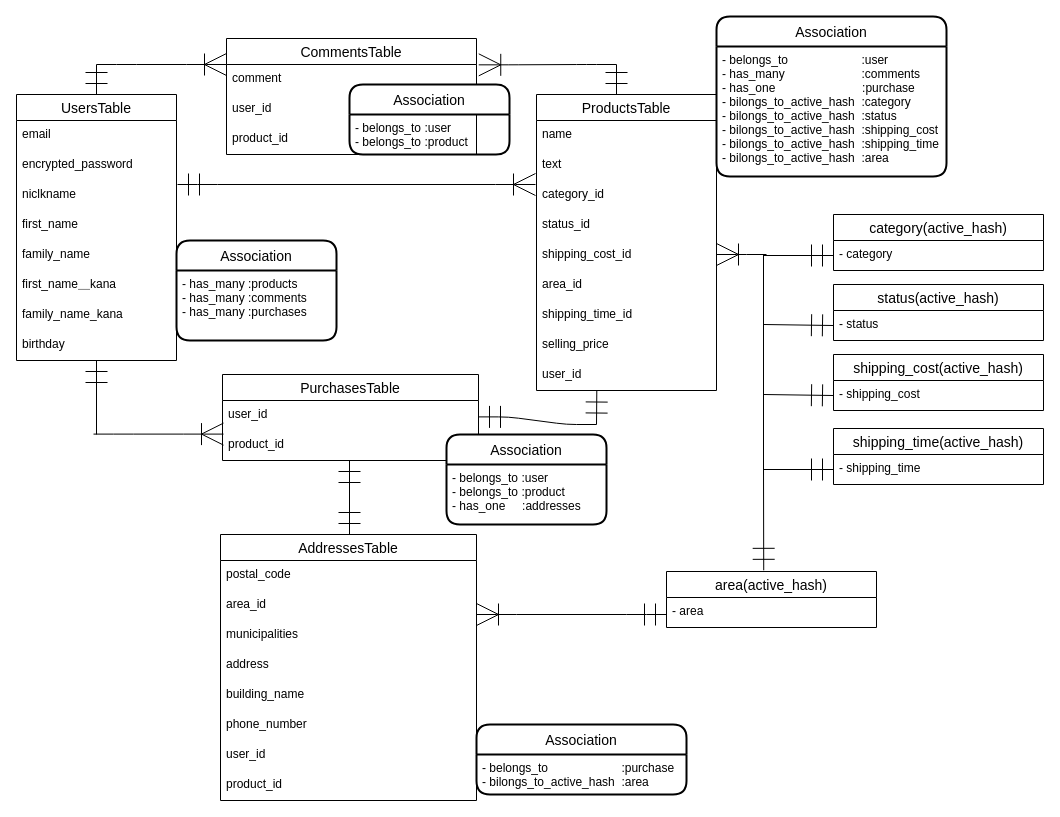
Above: ER.dio in wakachico/furima-36117 (draw.io), before the change. Source tidied: cells renumbered, new cells numbered last; positions are measured from the earlier drawing's top-left corner, leaving out a move shared by most shapes. Both pictures are drawn from the tidied source at 100%, with x=0, y=0 at pixel (16, 16).
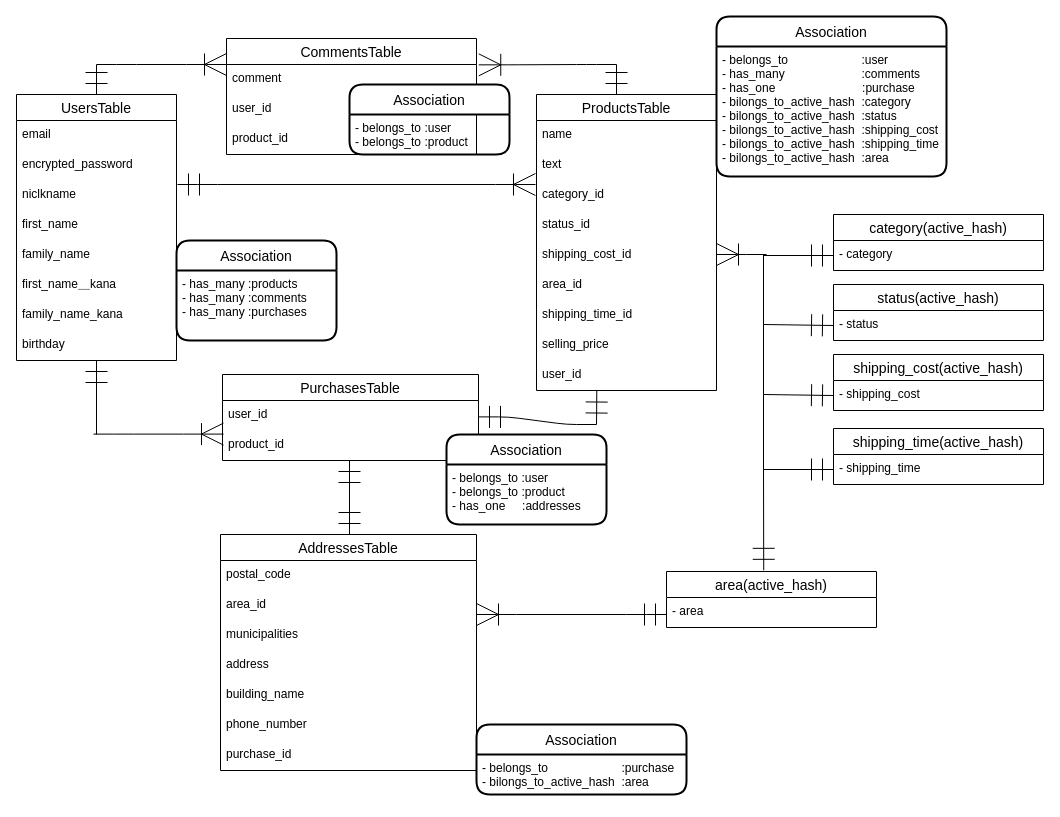
The same page after the edit.

Commit message (it also covers changes not shown here):
レビュー修正４

What changed in the source:
```diff
@@
     <mxCell id="41" value="AddressesTable" style="swimlane;fontStyle=0;horizontal=1;startSize=26;align=center;fontSize=14;" parent="1" vertex="1">
-      <mxGeometry x="204" y="518" width="256" height="266" as="geometry" />
+      <mxGeometry x="204" y="518" width="256" height="236" as="geometry" />
     </mxCell>
@@
-    <mxCell id="48" value="user_id" style="text;strokeColor=none;fillColor=none;spacingLeft=4;spacingRight=4;overflow=hidden;fontSize=12;" parent="41" vertex="1">
+    <mxCell id="48" value="purchase_id" style="text;strokeColor=none;fillColor=none;spacingLeft=4;spacingRight=4;overflow=hidden;fontSize=12;" parent="41" vertex="1">
       <mxGeometry y="206" width="256" height="30" as="geometry" />
     </mxCell>
-    <mxCell id="49" value="product_id" style="text;strokeColor=none;fillColor=none;spacingLeft=4;spacingRight=4;overflow=hidden;fontSize=12;" parent="41" vertex="1">
-      <mxGeometry y="236" width="256" height="30" as="geometry" />
-    </mxCell>
```
